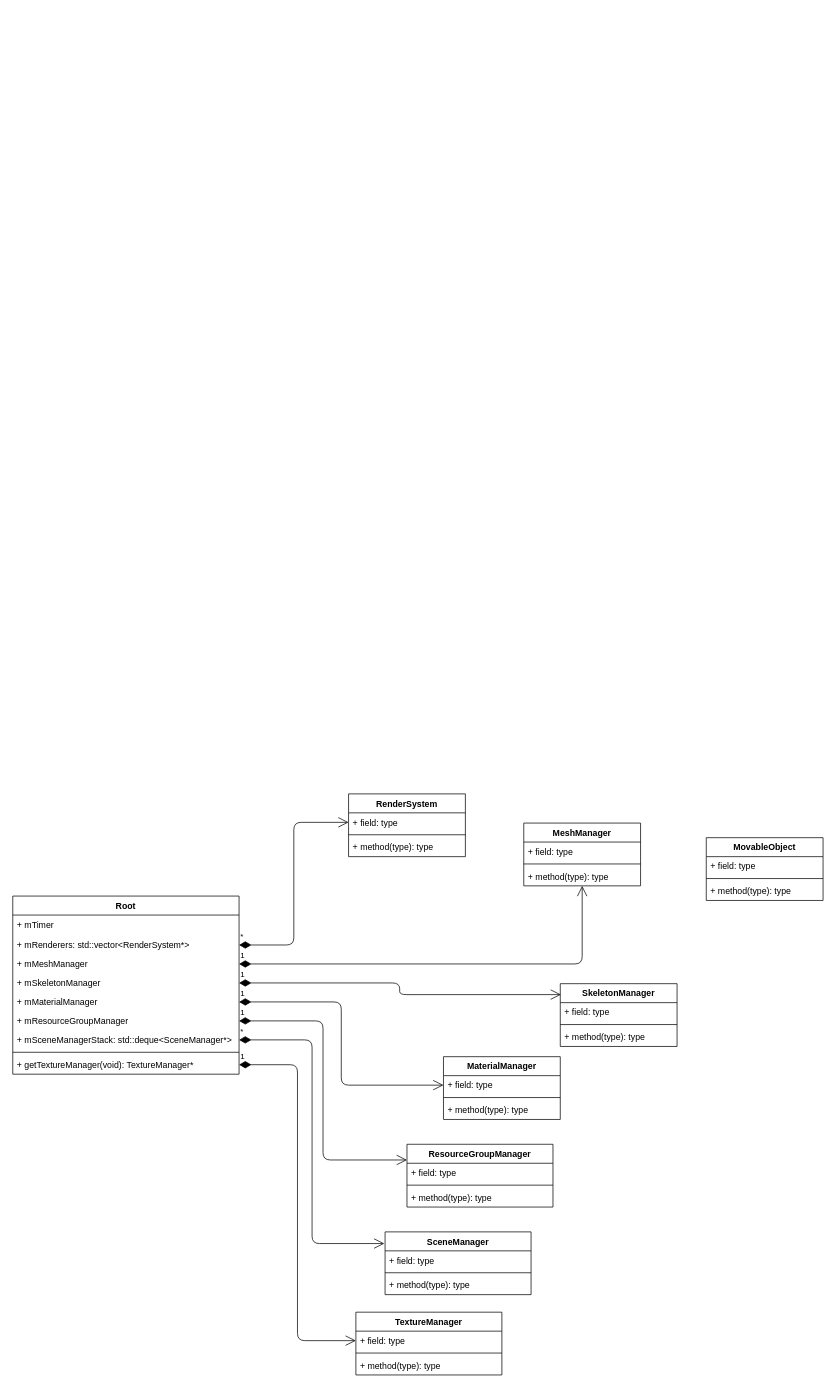
Before: 未命名绘图.drawio in CatOnly/Blog, a draw.io diagram. Source tidied: cells renumbered, new cells numbered last; positions are measured from the earlier drawing's top-left corner, leaving out a move shared by most shapes. Both pictures are drawn from the tidied source at 73%, with x=0, y=0 at pixel (12, 794).
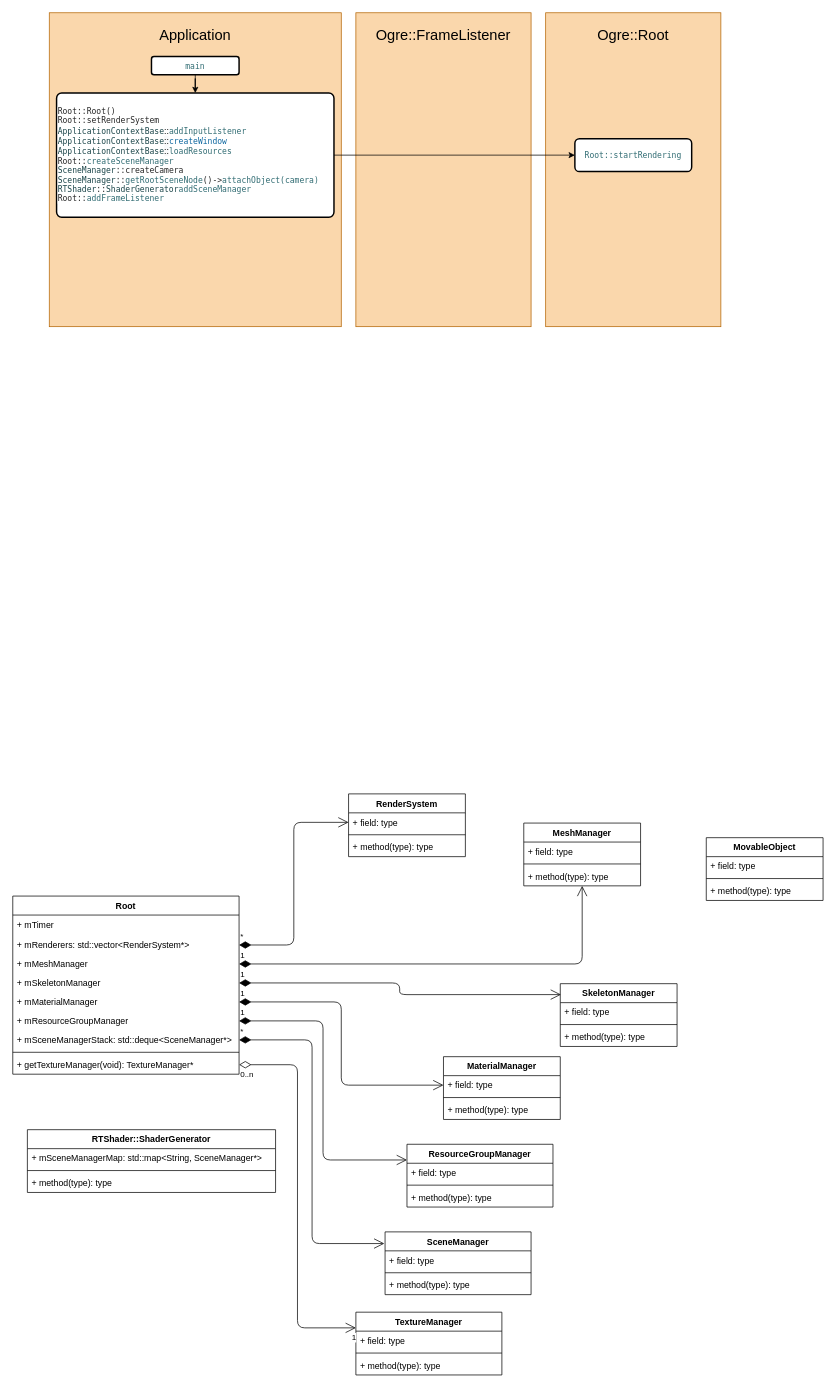
The same page after the edit.

Commit message:
更新未命名绘图.drawio

The change refers to these unchanged cells:
```xml
<mxCell id="11" value="+ getTextureManager(void): TextureManager*" style="text;strokeColor=none;fillColor=none;align=left;verticalAlign=top;spacingLeft=4;spacingRight=4;overflow=hidden;points=[[0,0.5],[1,0.5]];portConstraint=eastwest;" parent="2" vertex="1">
  <mxGeometry y="218" width="310" height="26" as="geometry" />
</mxCell>
<mxCell id="46" value="TextureManager" style="swimlane;fontStyle=1;align=center;verticalAlign=top;horizontal=1;startSize=26;" parent="1" vertex="1">
  <mxGeometry x="470" y="710" width="200" height="86" as="geometry" />
</mxCell>
<mxCell id="47" value="+ field: type" style="text;strokeColor=none;fillColor=none;align=left;verticalAlign=top;spacingLeft=4;spacingRight=4;overflow=hidden;points=[[0,0.5],[1,0.5]];portConstraint=eastwest;" parent="46" vertex="1">
  <mxGeometry y="26" width="200" height="26" as="geometry" />
</mxCell>
```

What changed in the source:
```diff
@@
+    <mxCell id="51" style="rounded=0;whiteSpace=wrap;html=1;fillColor=#fad7ac;align=center;strokeColor=#b46504;" parent="1" vertex="1">
+      <mxGeometry x="470" y="-1070" width="240" height="430" as="geometry" />
+    </mxCell>
+    <mxCell id="52" style="rounded=0;whiteSpace=wrap;html=1;fillColor=#fad7ac;align=center;strokeColor=#b46504;" parent="1" vertex="1">
+      <mxGeometry x="730" y="-1070" width="240" height="430" as="geometry" />
+    </mxCell>
+    <mxCell id="53" value="Ogre::Root" style="text;html=1;strokeColor=none;fillColor=none;align=center;verticalAlign=middle;whiteSpace=wrap;rounded=0;fontSize=20;" parent="1" vertex="1">
+      <mxGeometry x="740" y="-1060" width="220" height="40" as="geometry" />
+    </mxCell>
+    <mxCell id="54" style="rounded=0;whiteSpace=wrap;html=1;fillColor=#fad7ac;align=center;strokeColor=#b46504;" parent="1" vertex="1">
+      <mxGeometry x="50" y="-1070" width="400" height="430" as="geometry" />
+    </mxCell>
@@
+    <mxCell id="55" style="endArrow=open;html=1;endSize=12;startArrow=diamondThin;startSize=14;startFill=0;edgeStyle=orthogonalEdgeStyle;exitX=1;exitY=0.5;exitDx=0;exitDy=0;entryX=0;entryY=0.25;entryDx=0;entryDy=0;" parent="1" edge="1" source="11" target="46">
+      <mxGeometry relative="1" as="geometry" />
+    </mxCell>
+    <mxCell id="56" value="0..n" style="edgeLabel;html=1;align=left;verticalAlign=top;" parent="55" vertex="1">
+      <mxGeometry x="-1" relative="1" as="geometry" />
+    </mxCell>
-    <mxCell id="50" value="1" style="endArrow=open;html=1;endSize=12;startArrow=diamondThin;startSize=14;startFill=1;edgeStyle=orthogonalEdgeStyle;align=left;verticalAlign=bottom;entryX=0;entryY=0.5;entryDx=0;entryDy=0;exitX=1;exitY=0.5;exitDx=0;exitDy=0;" parent="1" edge="1" source="11" target="47">
-      <mxGeometry x="-1" y="3" relative="1" as="geometry" />
+    <mxCell id="50" value="1" style="edgeLabel;html=1;align=right;verticalAlign=top;" parent="55" vertex="1">
+      <mxGeometry x="1" relative="1" as="geometry" />
     </mxCell>
+    <mxCell id="57" style="edgeStyle=orthogonalEdgeStyle;rounded=0;jettySize=auto;html=1;exitX=0.5;exitY=1;exitDx=0;exitDy=0;" parent="1" edge="1" source="65" target="59">
+      <mxGeometry relative="1" as="geometry" />
+    </mxCell>
+    <mxCell id="58" style="edgeStyle=orthogonalEdgeStyle;rounded=0;jettySize=auto;html=1;exitX=1;exitY=0.5;exitDx=0;exitDy=0;entryX=0;entryY=0.5;entryDx=0;entryDy=0;fontSize=20;" parent="1" edge="1" source="59" target="64">
+      <mxGeometry relative="1" as="geometry" />
+    </mxCell>
+    <mxCell id="59" value="&lt;p style=&quot;margin: 0px ; font-style: normal ; font-weight: normal ; font-stretch: normal ; font-size: 11px ; line-height: normal ; font-family: &amp;#34;menlo&amp;#34; ; color: rgb(15 , 104 , 160) ; background-color: rgb(255 , 255 , 255)&quot;&gt;&lt;span style=&quot;color: rgba(0 , 0 , 0 , 0.85)&quot;&gt;Root&lt;/span&gt;&lt;span style=&quot;color: rgba(0 , 0 , 0 , 0.85) ; font-family: &amp;#34;menlo&amp;#34;&quot;&gt;::Root()&lt;/span&gt;&lt;/p&gt;&lt;p style=&quot;margin: 0px ; font-style: normal ; font-weight: normal ; font-stretch: normal ; font-size: 11px ; line-height: normal ; font-family: &amp;#34;menlo&amp;#34; ; color: rgb(15 , 104 , 160) ; background-color: rgb(255 , 255 , 255)&quot;&gt;&lt;span style=&quot;color: rgba(0 , 0 , 0 , 0.85)&quot;&gt;Root::&lt;/span&gt;&lt;span style=&quot;color: rgba(0 , 0 , 0 , 0.85)&quot;&gt;setRenderSystem&lt;/span&gt;&lt;/p&gt;&lt;p style=&quot;margin: 0px ; font-style: normal ; font-weight: normal ; font-stretch: normal ; font-size: 11px ; line-height: normal ; font-family: &amp;#34;menlo&amp;#34; ; color: rgb(15 , 104 , 160) ; background-color: rgb(255 , 255 , 255)&quot;&gt;&lt;span style=&quot;color: rgb(28 , 70 , 74)&quot;&gt;ApplicationContextBase&lt;/span&gt;&lt;span style=&quot;color: rgb(0 , 0 , 0) ; font-size: 12px ; font-family: &amp;#34;helvetica&amp;#34;&quot;&gt;::&lt;/span&gt;&lt;span style=&quot;color: rgb(50 , 109 , 116)&quot;&gt;addInputListener&lt;/span&gt;&lt;/p&gt;&lt;p style=&quot;margin: 0px ; font-stretch: normal ; font-size: 11px ; line-height: normal ; font-family: &amp;#34;menlo&amp;#34; ; color: rgb(50 , 109 , 116) ; background-color: rgb(255 , 255 , 255)&quot;&gt;&lt;span style=&quot;color: rgb(28 , 70 , 74)&quot;&gt;ApplicationContextBase&lt;/span&gt;&lt;span style=&quot;color: rgb(0 , 0 , 0) ; font-family: &amp;#34;helvetica&amp;#34; ; font-size: 12px ; background-color: rgb(248 , 249 , 250)&quot;&gt;::&lt;/span&gt;&lt;span style=&quot;color: rgb(15 , 104 , 160)&quot;&gt;createWindow&lt;/span&gt;&lt;/p&gt;&lt;p style=&quot;margin: 0px ; font-stretch: normal ; font-size: 11px ; line-height: normal ; font-family: &amp;#34;menlo&amp;#34; ; color: rgb(50 , 109 , 116) ; background-color: rgb(255 , 255 , 255)&quot;&gt;&lt;span style=&quot;color: rgb(28 , 70 , 74)&quot;&gt;ApplicationContextBase&lt;/span&gt;&lt;span style=&quot;color: rgb(0 , 0 , 0) ; font-family: &amp;#34;helvetica&amp;#34; ; font-size: 12px ; background-color: rgb(248 , 249 , 250)&quot;&gt;::&lt;/span&gt;&lt;span&gt;loadResources&lt;/span&gt;&lt;/p&gt;&lt;p style=&quot;margin: 0px ; font-stretch: normal ; font-size: 11px ; line-height: normal ; font-family: &amp;#34;menlo&amp;#34; ; color: rgb(50 , 109 , 116) ; background-color: rgb(255 , 255 , 255)&quot;&gt;&lt;span style=&quot;color: rgba(0 , 0 , 0 , 0.85)&quot;&gt;Root::&lt;/span&gt;createSceneManager&lt;br&gt;&lt;/p&gt;&lt;p style=&quot;margin: 0px ; font-stretch: normal ; font-size: 11px ; line-height: normal ; font-family: &amp;#34;menlo&amp;#34; ; color: rgb(50 , 109 , 116) ; background-color: rgb(255 , 255 , 255)&quot;&gt;&lt;span style=&quot;color: rgb(28 , 70 , 74)&quot;&gt;SceneManager&lt;/span&gt;&lt;span style=&quot;color: rgba(0 , 0 , 0 , 0.85)&quot;&gt;::&lt;/span&gt;&lt;span style=&quot;color: rgba(0 , 0 , 0 , 0.85)&quot;&gt;createCamera&lt;/span&gt;&lt;/p&gt;&lt;p style=&quot;margin: 0px ; font-stretch: normal ; font-size: 11px ; line-height: normal ; font-family: &amp;#34;menlo&amp;#34; ; color: rgb(50 , 109 , 116) ; background-color: rgb(255 , 255 , 255)&quot;&gt;&lt;span style=&quot;text-align: center ; color: rgb(28 , 70 , 74)&quot;&gt;SceneManager&lt;/span&gt;&lt;span style=&quot;text-align: center ; color: rgba(0 , 0 , 0 , 0.85)&quot;&gt;::&lt;/span&gt;&lt;span style=&quot;text-align: center&quot;&gt;getRootSceneNode&lt;/span&gt;&lt;span style=&quot;text-align: center ; color: rgba(0 , 0 , 0 , 0.85)&quot;&gt;()&lt;/span&gt;&lt;span style=&quot;text-align: center ; color: rgba(0 , 0 , 0 , 0.85)&quot;&gt;-&amp;gt;&lt;/span&gt;&lt;span style=&quot;text-align: center&quot;&gt;attachObject(camera)&lt;/span&gt;&lt;/p&gt;&lt;p style=&quot;margin: 0px ; font-stretch: normal ; font-size: 11px ; line-height: normal ; font-family: &amp;#34;menlo&amp;#34; ; color: rgb(28 , 70 , 74) ; background-color: rgb(255 , 255 , 255)&quot;&gt;RTShader&lt;span style=&quot;color: rgba(0 , 0 , 0 , 0.85)&quot;&gt;::&lt;/span&gt;ShaderGenerator&lt;span style=&quot;color: rgb(50 , 109 , 116)&quot;&gt;addSceneManager&lt;/span&gt;&lt;/p&gt;&lt;p style=&quot;margin: 0px ; font-stretch: normal ; font-size: 11px ; line-height: normal ; font-family: &amp;#34;menlo&amp;#34; ; color: rgb(50 , 109 , 116) ; background-color: rgb(255 , 255 , 255)&quot;&gt;&lt;span style=&quot;color: rgba(0 , 0 , 0 , 0.85)&quot;&gt;Root::&lt;/span&gt;addFrameListener&lt;/p&gt;" style="rounded=1;whiteSpace=wrap;html=1;absoluteArcSize=1;arcSize=14;strokeWidth=2;fillColor=#ffffff;align=left;" parent="1" vertex="1">
+      <mxGeometry x="60" y="-960" width="380" height="170" as="geometry" />
+    </mxCell>
+    <mxCell id="60" value="RTShader::ShaderGenerator" style="swimlane;fontStyle=1;align=center;verticalAlign=top;horizontal=1;startSize=26;fillColor=#ffffff;" parent="1" vertex="1">
+      <mxGeometry x="20" y="460" width="340" height="86" as="geometry" />
+    </mxCell>
+    <mxCell id="61" value="+ mSceneManagerMap: std::map&lt;String, SceneManager*&gt;  " style="text;strokeColor=none;fillColor=none;align=left;verticalAlign=top;spacingLeft=4;spacingRight=4;overflow=hidden;" parent="60" vertex="1">
+      <mxGeometry y="26" width="340" height="26" as="geometry" />
+    </mxCell>
+    <mxCell id="62" style="line;strokeWidth=1;fillColor=none;align=left;verticalAlign=middle;spacingTop=-1;spacingLeft=3;spacingRight=3;labelPosition=right;" parent="60" vertex="1">
+      <mxGeometry y="52" width="340" height="8" as="geometry" />
+    </mxCell>
+    <mxCell id="63" value="+ method(type): type" style="text;strokeColor=none;fillColor=none;align=left;verticalAlign=top;spacingLeft=4;spacingRight=4;overflow=hidden;" parent="60" vertex="1">
+      <mxGeometry y="60" width="340" height="26" as="geometry" />
+    </mxCell>
+    <mxCell id="64" value="&lt;p style=&quot;margin: 0px ; font-stretch: normal ; font-size: 11px ; line-height: normal ; font-family: &amp;quot;menlo&amp;quot; ; color: rgb(50 , 109 , 116) ; background-color: rgb(255 , 255 , 255)&quot;&gt;Root::startRendering&lt;/p&gt;" style="whiteSpace=wrap;html=1;rounded=1;align=center;strokeWidth=2;arcSize=14;" parent="1" vertex="1">
+      <mxGeometry x="770" y="-897.5" width="160" height="45" as="geometry" />
+    </mxCell>
+    <mxCell id="65" value="&lt;p style=&quot;margin: 0px ; font-stretch: normal ; font-size: 11px ; line-height: normal ; font-family: &amp;#34;menlo&amp;#34; ; color: rgb(50 , 109 , 116) ; background-color: rgb(255 , 255 , 255)&quot;&gt;main&lt;/p&gt;" style="whiteSpace=wrap;html=1;rounded=1;align=center;strokeWidth=2;arcSize=14;" parent="1" vertex="1">
+      <mxGeometry x="190" y="-1010" width="120" height="25" as="geometry" />
+    </mxCell>
+    <mxCell id="66" value="Application" style="text;html=1;strokeColor=none;fillColor=none;align=center;verticalAlign=middle;whiteSpace=wrap;rounded=0;fontSize=20;" parent="1" vertex="1">
+      <mxGeometry x="60" y="-1060" width="380" height="40" as="geometry" />
+    </mxCell>
+    <mxCell id="67" value="Ogre::FrameListener" style="text;html=1;strokeColor=none;fillColor=none;align=center;verticalAlign=middle;whiteSpace=wrap;rounded=0;fontSize=20;" parent="1" vertex="1">
+      <mxGeometry x="480" y="-1060" width="220" height="40" as="geometry" />
+    </mxCell>
```
